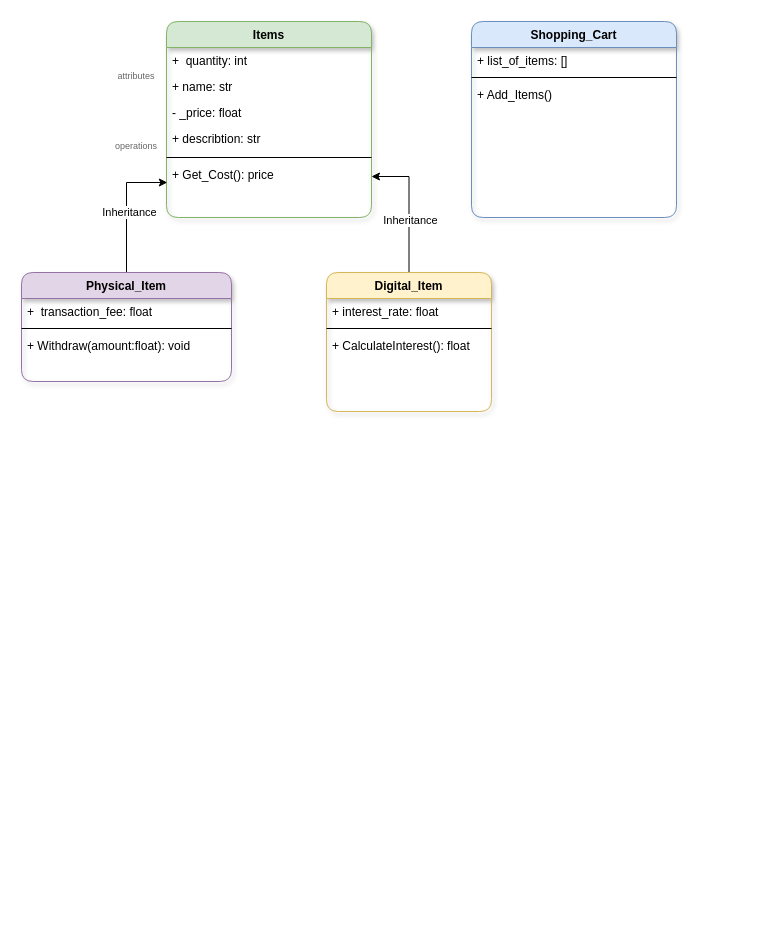
Above: ITEMSSSSS.drawio in VictoriaJ4/VictoriaJ4 (draw.io), before the change. Source tidied: cells renumbered, new cells numbered last; positions are measured from the earlier drawing's top-left corner, leaving out a move shared by most shapes. Both pictures are drawn from the tidied source at 100%, with x=0, y=0 at pixel (21, 21).
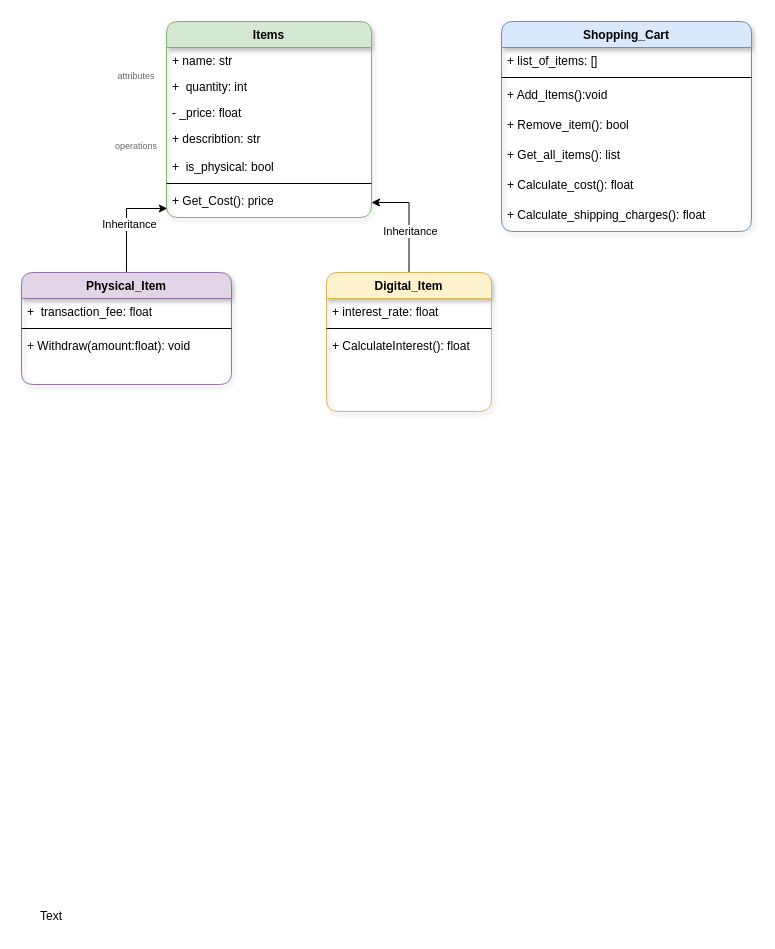
After the change.

Unchanged cells that the change refers to:
```xml
<mxCell id="2" value="Items" style="swimlane;fontStyle=1;align=center;verticalAlign=top;horizontal=1;startSize=26;rounded=1;shadow=1;strokeWidth=1;fillColor=#d5e8d4;strokeColor=#82b366;glass=0;" parent="1" vertex="1">
  <mxGeometry x="145" width="205" height="196" as="geometry" />
</mxCell>
```

Change to the diagram source:
```diff
@@
+    <mxCell id="4" value="+ name: str" style="text;align=left;verticalAlign=top;spacingLeft=4;spacingRight=4;overflow=hidden;rounded=0;shadow=0;html=0;" parent="2" vertex="1">
+      <mxGeometry y="26" width="205" height="26" as="geometry" />
+    </mxCell>
     <mxCell id="3" value="+  quantity: int" style="text;align=left;verticalAlign=top;spacingLeft=4;spacingRight=4;overflow=hidden;" parent="2" vertex="1">
-      <mxGeometry y="26" width="205" height="26" as="geometry" />
+      <mxGeometry y="52" width="205" height="26" as="geometry" />
     </mxCell>
-    <mxCell id="4" value="+ name: str" style="text;align=left;verticalAlign=top;spacingLeft=4;spacingRight=4;overflow=hidden;rounded=0;shadow=0;html=0;" parent="2" vertex="1">
-      <mxGeometry y="52" width="205" height="26" as="geometry" />
-    </mxCell>
@@
+    <mxCell id="27" value="+  is_physical: bool" style="text;align=left;verticalAlign=top;spacingLeft=4;spacingRight=4;overflow=hidden;" parent="2" vertex="1">
+      <mxGeometry y="132" width="205" height="26" as="geometry" />
+    </mxCell>
     <mxCell id="7" style="line;html=1;strokeWidth=1;align=left;verticalAlign=middle;spacingTop=-1;spacingLeft=3;spacingRight=3;labelPosition=right;" parent="2" vertex="1">
-      <mxGeometry y="132" width="205" height="8" as="geometry" />
+      <mxGeometry y="158" width="205" height="8" as="geometry" />
     </mxCell>
     <mxCell id="8" value="+ Get_Cost(): price" style="text;align=left;verticalAlign=top;spacingLeft=4;spacingRight=4;overflow=hidden;points=[[0,0.5],[1,0.5]];portConstraint=eastwest;" parent="2" vertex="1">
-      <mxGeometry y="140" width="205" height="30" as="geometry" />
+      <mxGeometry y="166" width="205" height="30" as="geometry" />
     </mxCell>
@@
     <mxCell id="11" value="Physical_Item" style="swimlane;fontStyle=1;align=center;verticalAlign=top;horizontal=1;startSize=26;rounded=1;shadow=1;strokeWidth=1;fillColor=#e1d5e7;strokeColor=#9673a6;" parent="1" vertex="1">
-      <mxGeometry y="251" width="210" height="109" as="geometry" />
+      <mxGeometry y="251" width="210" height="112" as="geometry" />
     </mxCell>
@@
     <mxCell id="23" value="Shopping_Cart" style="swimlane;fontStyle=1;align=center;verticalAlign=top;horizontal=1;startSize=26;rounded=1;shadow=1;strokeWidth=1;fillColor=#dae8fc;strokeColor=#6c8ebf;glass=0;" parent="1" vertex="1">
-      <mxGeometry x="450" width="205" height="196" as="geometry" />
+      <mxGeometry x="480" width="250" height="210" as="geometry" />
     </mxCell>
     <mxCell id="24" value="+ list_of_items: []" style="text;align=left;verticalAlign=top;spacingLeft=4;spacingRight=4;overflow=hidden;" parent="23" vertex="1">
-      <mxGeometry y="26" width="205" height="26" as="geometry" />
+      <mxGeometry y="26" width="250" height="26" as="geometry" />
     </mxCell>
     <mxCell id="25" style="line;html=1;strokeWidth=1;align=left;verticalAlign=middle;spacingTop=-1;spacingLeft=3;spacingRight=3;labelPosition=right;" parent="23" vertex="1">
-      <mxGeometry y="52" width="205" height="8" as="geometry" />
+      <mxGeometry y="52" width="250" height="8" as="geometry" />
     </mxCell>
-    <mxCell id="26" value="+ Add_Items()" style="text;align=left;verticalAlign=top;spacingLeft=4;spacingRight=4;overflow=hidden;" parent="23" vertex="1">
-      <mxGeometry y="60" width="205" height="30" as="geometry" />
+    <mxCell id="26" value="+ Add_Items():void" style="text;align=left;verticalAlign=top;spacingLeft=4;spacingRight=4;overflow=hidden;" parent="23" vertex="1">
+      <mxGeometry y="60" width="250" height="30" as="geometry" />
     </mxCell>
+    <mxCell id="28" value="+ Remove_item(): bool" style="text;align=left;verticalAlign=top;spacingLeft=4;spacingRight=4;overflow=hidden;" parent="23" vertex="1">
+      <mxGeometry y="90" width="250" height="30" as="geometry" />
+    </mxCell>
+    <mxCell id="29" value="+ Get_all_items(): list" style="text;align=left;verticalAlign=top;spacingLeft=4;spacingRight=4;overflow=hidden;" parent="23" vertex="1">
+      <mxGeometry y="120" width="250" height="30" as="geometry" />
+    </mxCell>
+    <mxCell id="30" value="+ Calculate_cost(): float" style="text;align=left;verticalAlign=top;spacingLeft=4;spacingRight=4;overflow=hidden;" parent="23" vertex="1">
+      <mxGeometry y="150" width="250" height="30" as="geometry" />
+    </mxCell>
+    <mxCell id="31" value="+ Calculate_shipping_charges(): float" style="text;align=left;verticalAlign=top;spacingLeft=4;spacingRight=4;overflow=hidden;" parent="23" vertex="1">
+      <mxGeometry y="180" width="250" height="30" as="geometry" />
+    </mxCell>
+    <mxCell id="32" value="Text" style="text;html=1;align=center;verticalAlign=middle;whiteSpace=wrap;rounded=0;" parent="1" vertex="1">
+      <mxGeometry y="880" width="60" height="30" as="geometry" />
+    </mxCell>
```
